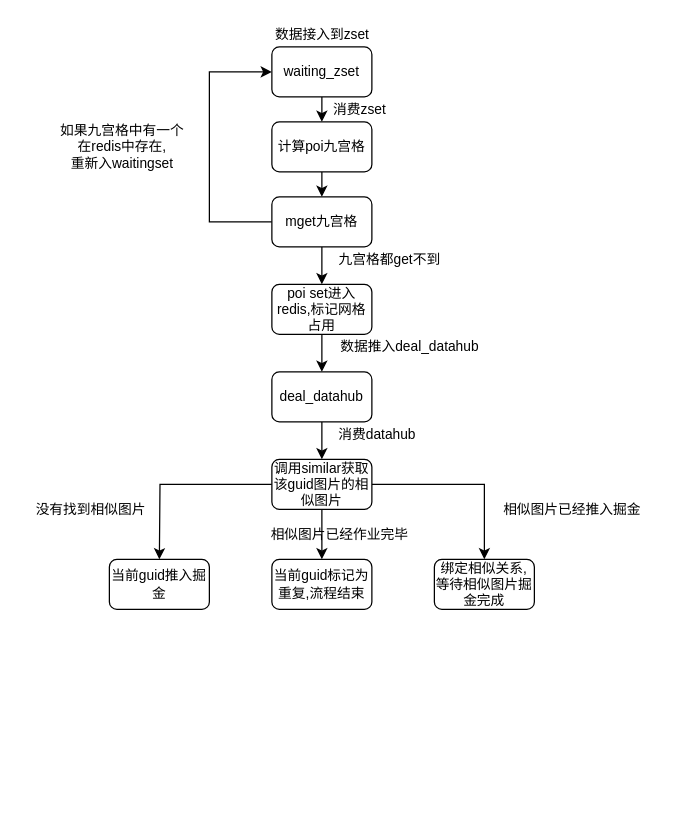
The draw.io diagram Untitled Diagram.drawio in yangwenshuo/demo, before the edit. Source tidied: cells renumbered, new cells numbered last; positions are measured from the earlier drawing's top-left corner, leaving out a move shared by most shapes. Both pictures are drawn from the tidied source at 125%, with x=0, y=0 at pixel (21, 21).
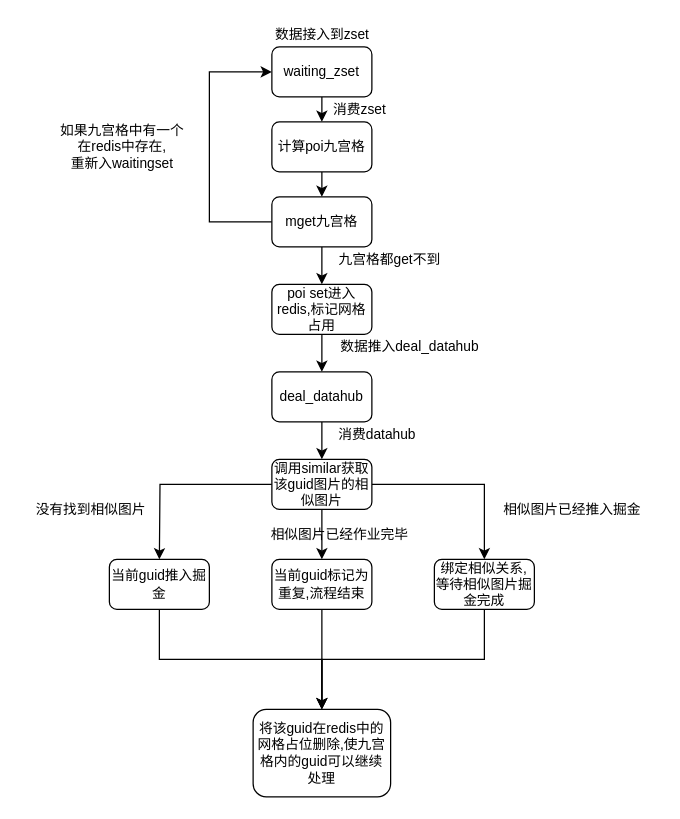
Above is the later version.

Unchanged cells that the change refers to:
```xml
<mxCell id="23" value="当前guid标记为重复,流程结束" style="rounded=1;whiteSpace=wrap;html=1;fontSize=11;" parent="1" vertex="1">
  <mxGeometry x="200" y="430" width="80" height="40" as="geometry" />
</mxCell>
<mxCell id="24" value="当前guid推入掘金" style="rounded=1;whiteSpace=wrap;html=1;fontSize=11;" parent="1" vertex="1">
  <mxGeometry x="70" y="430" width="80" height="40" as="geometry" />
</mxCell>
<mxCell id="25" value="绑定相似关系,等待相似图片掘金完成" style="rounded=1;whiteSpace=wrap;html=1;fontSize=11;" parent="1" vertex="1">
  <mxGeometry x="330" y="430" width="80" height="40" as="geometry" />
</mxCell>
```

Diff of the diagram source:
```diff
@@
+    <mxCell id="29" style="edgeStyle=orthogonalEdgeStyle;rounded=0;jettySize=auto;html=1;exitX=0.5;exitY=1;exitDx=0;exitDy=0;entryX=0.5;entryY=0;entryDx=0;entryDy=0;fontSize=11;" parent="1" edge="1" source="23" target="32">
+      <mxGeometry relative="1" as="geometry" />
+    </mxCell>
@@
+    <mxCell id="30" style="edgeStyle=orthogonalEdgeStyle;rounded=0;jettySize=auto;html=1;exitX=0.5;exitY=1;exitDx=0;exitDy=0;entryX=0.5;entryY=0;entryDx=0;entryDy=0;fontSize=11;" parent="1" edge="1" source="24" target="32">
+      <mxGeometry relative="1" as="geometry" />
+    </mxCell>
@@
+    <mxCell id="31" style="edgeStyle=orthogonalEdgeStyle;rounded=0;jettySize=auto;html=1;fontSize=11;" parent="1" edge="1" source="25">
+      <mxGeometry relative="1" as="geometry">
+        <mxPoint x="240" y="550" as="targetPoint" />
+        <Array as="points">
+          <mxPoint x="370" y="510" />
+          <mxPoint x="240" y="510" />
+        </Array>
+      </mxGeometry>
+    </mxCell>
@@
+    <mxCell id="32" value="将该guid在redis中的网格占位删除,使九宫格内的guid可以继续处理" style="rounded=1;whiteSpace=wrap;html=1;fontSize=11;" parent="1" vertex="1">
+      <mxGeometry x="185" y="550" width="110" height="70" as="geometry" />
+    </mxCell>
```
